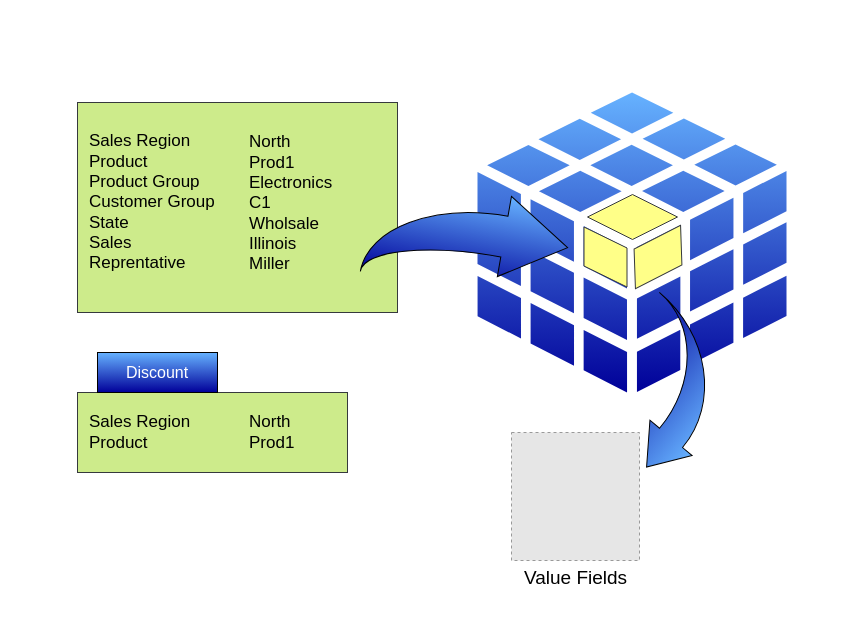
This is page "Hinh 40 - Phan tich loi nhuan theo cac chieu" (5 of 13) of CO.drawio from hunghvfyu/PVCOMBANK, a draw.io file, before an edit. Source tidied: cells renumbered, new cells numbered last; positions are measured from the earlier drawing's top-left corner, leaving out a move shared by most shapes. Both pictures are drawn from the tidied source at 100%, with x=0, y=0 at pixel (77, 92). Pictures stored in the file or linked from it are replaced by grey dashed boxes.
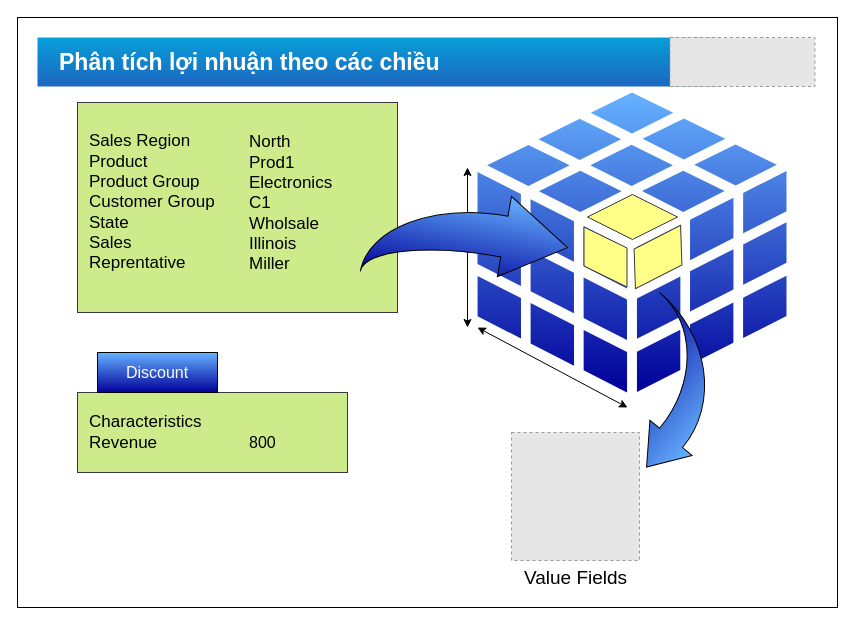
After the change.

Unchanged cells that the change refers to:
```xml
<mxCell id="13" style="group;" parent="1" vertex="1">
  <mxGeometry y="300" width="270" height="80" as="geometry" />
</mxCell>
```

The edit, as a diff of the source:
```diff
@@
+    <mxCell id="18" style="rounded=0;whiteSpace=wrap;html=1;" parent="1" vertex="1">
+      <mxGeometry x="-60" y="-75" width="820" height="590" as="geometry" />
+    </mxCell>
+    <mxCell id="19" style="endArrow=classic;startArrow=classic;html=1;" parent="1" edge="1">
+      <mxGeometry relative="1" as="geometry">
+        <mxPoint x="390" y="235" as="sourcePoint" />
+        <mxPoint x="390" y="75" as="targetPoint" />
+      </mxGeometry>
+    </mxCell>
@@
-    <mxCell id="15" value="&lt;font style=&quot;font-size: 17px&quot;&gt;Sales Region&lt;br&gt;Product&lt;/font&gt;&lt;br&gt;" style="rounded=0;whiteSpace=wrap;html=1;fontSize=16;align=left;fillColor=#cdeb8b;strokeColor=none;" parent="13" vertex="1">
+    <mxCell id="15" value="&lt;font style=&quot;font-size: 17px&quot;&gt;Characteristics&lt;br&gt;Revenue&lt;/font&gt;&lt;br&gt;" style="rounded=0;whiteSpace=wrap;html=1;fontSize=16;align=left;fillColor=#cdeb8b;strokeColor=none;" parent="13" vertex="1">
       <mxGeometry x="10" y="15" width="140" height="50" as="geometry" />
     </mxCell>
-    <mxCell id="16" value="&lt;font style=&quot;font-size: 17px&quot;&gt;North&lt;br&gt;Prod1&lt;/font&gt;&lt;br&gt;" style="rounded=0;whiteSpace=wrap;html=1;fontSize=16;align=left;fillColor=#cdeb8b;strokeColor=none;" parent="13" vertex="1">
+    <mxCell id="16" value="&lt;font style=&quot;font-size: 17px&quot;&gt;&lt;br&gt;&lt;/font&gt;800&lt;br&gt;" style="rounded=0;whiteSpace=wrap;html=1;fontSize=16;align=left;fillColor=#cdeb8b;strokeColor=none;" parent="13" vertex="1">
       <mxGeometry x="170" y="15" width="80" height="50" as="geometry" />
     </mxCell>
@@
+    <mxCell id="20" value="Phân tích lợi nhuận theo các chiều" style="rounded=0;whiteSpace=wrap;html=1;strokeColor=none;strokeWidth=1;fillColor=#1C66BF;fontSize=23;fontColor=#ffffff;align=left;gradientColor=#079FDA;gradientDirection=north;padding-left=20px;spacingLeft=20;fontStyle=1;" parent="1" vertex="1">
+      <mxGeometry x="-40" y="-55" width="680" height="49" as="geometry" />
+    </mxCell>
+    <mxCell id="21" style="fillColor=#E6E6E6;strokeColor=#999999;dashed=1;verticalLabelPosition=bottom;labelBackgroundColor=#ffffff;verticalAlign=top;" parent="1" vertex="1">
+      <mxGeometry x="592.5" y="-55" width="145" height="49" as="geometry" />
+    </mxCell>
+    <mxCell id="22" style="endArrow=classic;startArrow=classic;html=1;" parent="1" edge="1">
+      <mxGeometry relative="1" as="geometry">
+        <mxPoint x="400" y="235" as="sourcePoint" />
+        <mxPoint x="550" y="315" as="targetPoint" />
+      </mxGeometry>
+    </mxCell>
```
